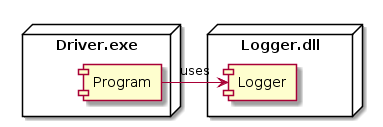
Before: Lesson 04 Logger Library/PlantUML/Deployment-Diagram.png, a diagram exported from PlantUML (cmps253/design-architecture). Source of this version:
```plantuml
@startuml
node "Driver.exe" {
    [Program]
}
node "Logger.dll" {
    [Logger]
}
[Program] -> [Logger] :uses
@enduml
```
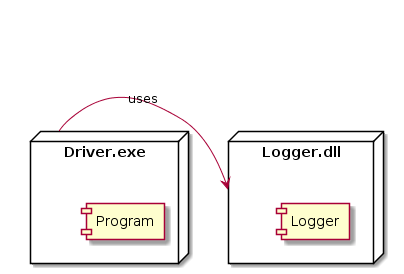
Later version of the same file.

Commit message:
Updated component diagram

What changed in the source:
```diff
@@ -1,9 +1,10 @@
 @startuml
+node "Logger.dll" {
+    [Logger]
+}
 node "Driver.exe" {
     [Program]
 }
-node "Logger.dll" {
-    [Logger]
-}
-[Program] -> [Logger] :uses
+
+Driver.exe -right-> Logger.dll : uses
 @enduml
```
